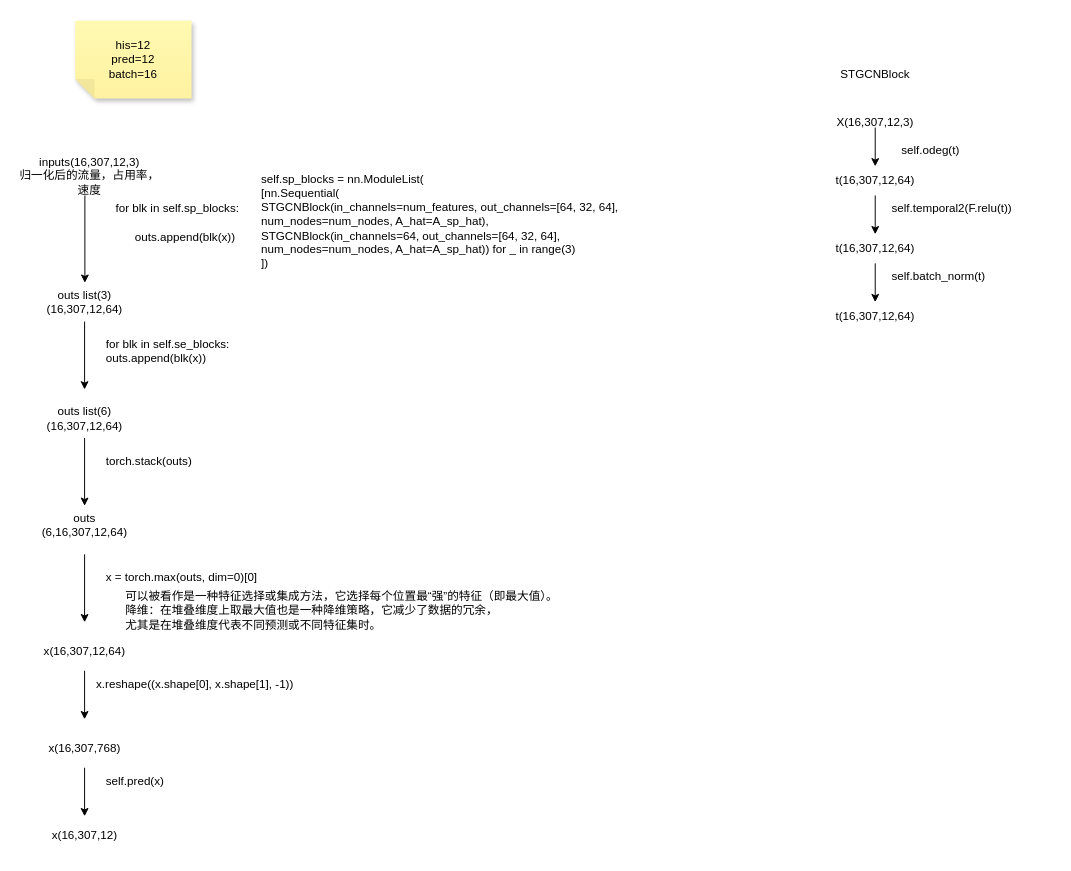
Before: KDD2021_STGODE/STGODE.drawio in turmony/ModelInfo, a draw.io diagram. Source tidied: cells renumbered, new cells numbered last; positions are measured from the earlier drawing's top-left corner, leaving out a move shared by most shapes. Both pictures are drawn from the tidied source at 97%, with x=0, y=0 at pixel (16, 20).
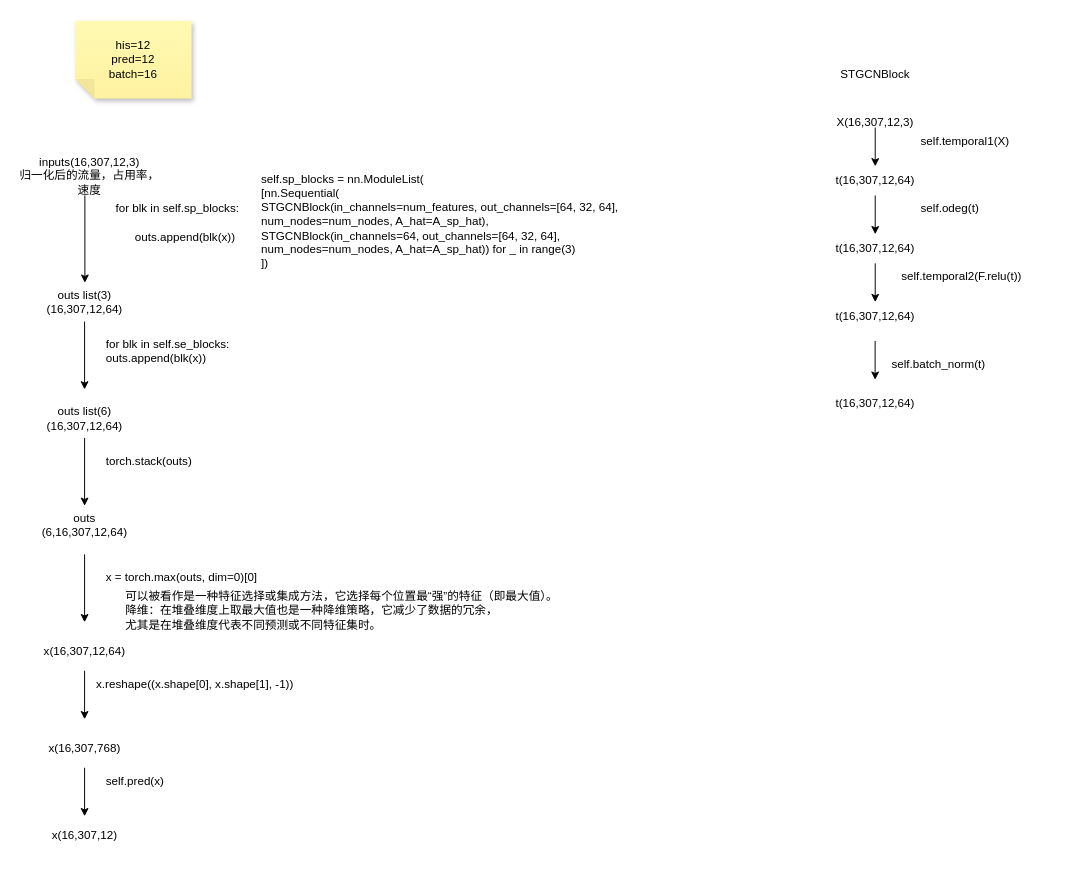
The same page after the edit.

Diff of the diagram source:
```diff
@@
     <mxCell id="28" value="self.odeg(t)" style="text;whiteSpace=wrap;html=1;" parent="1" vertex="1">
-      <mxGeometry x="910" y="120" width="90" height="40" as="geometry" />
+      <mxGeometry x="930" y="180" width="90" height="40" as="geometry" />
     </mxCell>
@@
     <mxCell id="31" value="self.temporal2(F.relu(t))" style="text;whiteSpace=wrap;html=1;" parent="1" vertex="1">
-      <mxGeometry x="900" y="180" width="160" height="40" as="geometry" />
+      <mxGeometry x="910" y="250" width="160" height="40" as="geometry" />
     </mxCell>
     <mxCell id="32" value="self.batch_norm(t)" style="text;whiteSpace=wrap;html=1;" parent="1" vertex="1">
-      <mxGeometry x="900" y="250" width="130" height="40" as="geometry" />
+      <mxGeometry x="900" y="340" width="130" height="40" as="geometry" />
     </mxCell>
@@
+    <mxCell id="35" value="self.temporal1(X)" style="text;whiteSpace=wrap;html=1;" parent="1" vertex="1">
+      <mxGeometry x="930" y="110" width="120" height="40" as="geometry" />
+    </mxCell>
+    <mxCell id="36" style="endArrow=classic;html=1;rounded=0;" parent="1" edge="1">
+      <mxGeometry relative="1" as="geometry">
+        <mxPoint x="884.7" y="330" as="sourcePoint" />
+        <mxPoint x="884.7" y="370" as="targetPoint" />
+      </mxGeometry>
+    </mxCell>
+    <mxCell id="37" value="t(16,307,12,64)" style="text;strokeColor=none;align=center;fillColor=none;html=1;verticalAlign=middle;whiteSpace=wrap;rounded=0;" parent="1" vertex="1">
+      <mxGeometry x="830" y="380" width="110" height="30" as="geometry" />
+    </mxCell>
```
